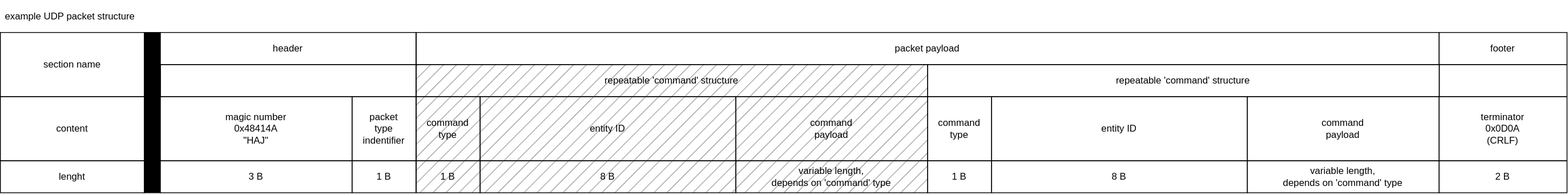
Before: docs/example_packet_strcuture.svg, a diagram exported from draw.io (Haj-Dev/R-Type). Source tidied: cells renumbered, new cells last; positions are measured from the earlier drawing's top-left corner, leaving out a move shared by most shapes. Its diagram source:
```xml
<mxGraphModel>
  <root>
    <mxCell id="0" />
    <mxCell id="1" parent="0" />
    <mxCell id="2" value="&lt;div&gt;magic number&lt;/div&gt;&lt;div&gt;0x48414A&lt;/div&gt;&lt;div&gt;&quot;HAJ&quot;&lt;/div&gt;" style="rounded=0;whiteSpace=wrap;html=1;fillStyle=auto;fillColor=none;gradientColor=none;" parent="1" vertex="1">
      <mxGeometry x="200" y="120" width="240" height="80" as="geometry" />
    </mxCell>
    <mxCell id="3" value="&lt;div&gt;command&lt;/div&gt;type" style="rounded=0;whiteSpace=wrap;html=1;fillColor=#888888;fillStyle=hatch;" parent="1" vertex="1">
      <mxGeometry x="520.3" y="120" width="80" height="80" as="geometry" />
    </mxCell>
    <mxCell id="4" value="&lt;div&gt;command&lt;/div&gt;&lt;div&gt;payload&lt;/div&gt;" style="rounded=0;whiteSpace=wrap;html=1;fillColor=#888888;fillStyle=hatch;" parent="1" vertex="1">
      <mxGeometry x="920.3" y="120" width="240" height="80" as="geometry" />
    </mxCell>
    <mxCell id="5" value="&lt;div&gt;terminator&lt;/div&gt;&lt;div&gt;0x0D0A&lt;/div&gt;&lt;div&gt;(CRLF)&lt;/div&gt;" style="rounded=0;whiteSpace=wrap;html=1;fillStyle=hatch;fillColor=none;" parent="1" vertex="1">
      <mxGeometry x="1800.3" y="120" width="160" height="80" as="geometry" />
    </mxCell>
    <mxCell id="6" value="&lt;div&gt;command&lt;/div&gt;type" style="rounded=0;whiteSpace=wrap;html=1;fillColor=none;" parent="1" vertex="1">
      <mxGeometry x="1160.3" y="120" width="80" height="80" as="geometry" />
    </mxCell>
    <mxCell id="7" value="&lt;div&gt;command&lt;/div&gt;&lt;div&gt;payload&lt;/div&gt;" style="rounded=0;whiteSpace=wrap;html=1;fillColor=none;" parent="1" vertex="1">
      <mxGeometry x="1560.3" y="120" width="240" height="80" as="geometry" />
    </mxCell>
    <mxCell id="8" value="&lt;div&gt;example UDP packet structure&lt;/div&gt;" style="text;strokeColor=none;fillColor=none;align=left;verticalAlign=middle;spacingLeft=4;spacingRight=4;overflow=hidden;whiteSpace=wrap;html=1;" parent="1" vertex="1">
      <mxGeometry width="200" height="40" as="geometry" />
    </mxCell>
    <mxCell id="9" value="&lt;div&gt;packet&lt;/div&gt;&lt;div&gt;type&lt;/div&gt;&lt;div&gt;indentifier&lt;/div&gt;" style="rounded=0;whiteSpace=wrap;html=1;fillStyle=auto;fillColor=none;gradientColor=none;" parent="1" vertex="1">
      <mxGeometry x="440" y="120" width="80" height="80" as="geometry" />
    </mxCell>
    <mxCell id="10" style="rounded=0;whiteSpace=wrap;html=1;fillColor=#000000;" parent="1" vertex="1">
      <mxGeometry x="180" y="40" width="20" height="200" as="geometry" />
    </mxCell>
    <mxCell id="11" value="section name" style="rounded=0;whiteSpace=wrap;html=1;fillColor=none;" parent="1" vertex="1">
      <mxGeometry y="40" width="180" height="80" as="geometry" />
    </mxCell>
    <mxCell id="12" value="content" style="rounded=0;whiteSpace=wrap;html=1;fillColor=none;" parent="1" vertex="1">
      <mxGeometry y="120" width="180" height="80" as="geometry" />
    </mxCell>
    <mxCell id="13" value="lenght" style="rounded=0;whiteSpace=wrap;html=1;fillColor=none;" parent="1" vertex="1">
      <mxGeometry y="200" width="180" height="40" as="geometry" />
    </mxCell>
    <mxCell id="14" value="header" style="rounded=0;whiteSpace=wrap;html=1;fillColor=none;" parent="1" vertex="1">
      <mxGeometry x="200" y="40" width="320" height="40" as="geometry" />
    </mxCell>
    <mxCell id="15" value="&lt;div&gt;repeatable 'command' structure&lt;/div&gt;" style="rounded=0;whiteSpace=wrap;html=1;fillColor=#888888;fillStyle=hatch;" parent="1" vertex="1">
      <mxGeometry x="520" y="80" width="640.3" height="40" as="geometry" />
    </mxCell>
    <mxCell id="16" value="&lt;div&gt;repeatable 'command' structure&lt;/div&gt;" style="rounded=0;whiteSpace=wrap;html=1;fillColor=none;fillStyle=hatch;" parent="1" vertex="1">
      <mxGeometry x="1160.3" y="80" width="640.3" height="40" as="geometry" />
    </mxCell>
    <mxCell id="17" value="footer" style="rounded=0;whiteSpace=wrap;html=1;fillColor=none;fillStyle=hatch;" parent="1" vertex="1">
      <mxGeometry x="1800.3" y="40" width="160" height="40" as="geometry" />
    </mxCell>
    <mxCell id="18" value="3 B" style="rounded=0;whiteSpace=wrap;html=1;fillColor=none;" parent="1" vertex="1">
      <mxGeometry x="200" y="200" width="240" height="40" as="geometry" />
    </mxCell>
    <mxCell id="19" value="&lt;div&gt;1 B&lt;/div&gt;" style="rounded=0;whiteSpace=wrap;html=1;fillColor=none;" parent="1" vertex="1">
      <mxGeometry x="440" y="200" width="80" height="40" as="geometry" />
    </mxCell>
    <mxCell id="20" value="&lt;div&gt;variable length,&lt;/div&gt;&lt;div&gt;depends on 'command' type&lt;/div&gt;" style="rounded=0;whiteSpace=wrap;html=1;fillColor=#888888;fillStyle=hatch;" parent="1" vertex="1">
      <mxGeometry x="920.3" y="200" width="240" height="40" as="geometry" />
    </mxCell>
    <mxCell id="21" value="&lt;div&gt;1 B&lt;/div&gt;" style="rounded=0;whiteSpace=wrap;html=1;fillColor=#888888;fillStyle=hatch;" parent="1" vertex="1">
      <mxGeometry x="520.3" y="200" width="80" height="40" as="geometry" />
    </mxCell>
    <mxCell id="22" value="1 B" style="rounded=0;whiteSpace=wrap;html=1;fillColor=none;" parent="1" vertex="1">
      <mxGeometry x="1160.3" y="200" width="80" height="40" as="geometry" />
    </mxCell>
    <mxCell id="23" value="&lt;div&gt;variable length,&lt;/div&gt;&lt;div&gt;depends on 'command' type&lt;/div&gt;" style="rounded=0;whiteSpace=wrap;html=1;fillColor=none;" parent="1" vertex="1">
      <mxGeometry x="1560.3" y="200" width="240" height="40" as="geometry" />
    </mxCell>
    <mxCell id="24" value="2 B" style="rounded=0;whiteSpace=wrap;html=1;fillColor=none;" parent="1" vertex="1">
      <mxGeometry x="1800.3" y="200" width="160" height="40" as="geometry" />
    </mxCell>
    <mxCell id="25" value="entity ID" style="rounded=0;whiteSpace=wrap;html=1;fillColor=#888888;fillStyle=hatch;" parent="1" vertex="1">
      <mxGeometry x="600.3" y="120" width="320" height="80" as="geometry" />
    </mxCell>
    <mxCell id="26" value="&lt;div&gt;8 B&lt;/div&gt;" style="rounded=0;whiteSpace=wrap;html=1;fillColor=#888888;fillStyle=hatch;" parent="1" vertex="1">
      <mxGeometry x="600.3" y="200" width="320" height="40" as="geometry" />
    </mxCell>
    <mxCell id="27" value="entity ID" style="rounded=0;whiteSpace=wrap;html=1;fillColor=none;" parent="1" vertex="1">
      <mxGeometry x="1240.3" y="120" width="320" height="80" as="geometry" />
    </mxCell>
    <mxCell id="28" value="8 B" style="rounded=0;whiteSpace=wrap;html=1;fillColor=none;" parent="1" vertex="1">
      <mxGeometry x="1240.3" y="200" width="320" height="40" as="geometry" />
    </mxCell>
    <mxCell id="29" value="packet payload" style="rounded=0;whiteSpace=wrap;html=1;fillColor=none;fillStyle=hatch;" parent="1" vertex="1">
      <mxGeometry x="520.3" y="40" width="1280" height="40" as="geometry" />
    </mxCell>
    <mxCell id="30" style="rounded=0;whiteSpace=wrap;html=1;fillColor=none;" parent="1" vertex="1">
      <mxGeometry x="200.3" y="80" width="320" height="40" as="geometry" />
    </mxCell>
    <mxCell id="31" style="rounded=0;whiteSpace=wrap;html=1;fillColor=none;fillStyle=hatch;" parent="1" vertex="1">
      <mxGeometry x="1800.3" y="80" width="160" height="40" as="geometry" />
    </mxCell>
  </root>
</mxGraphModel>
```
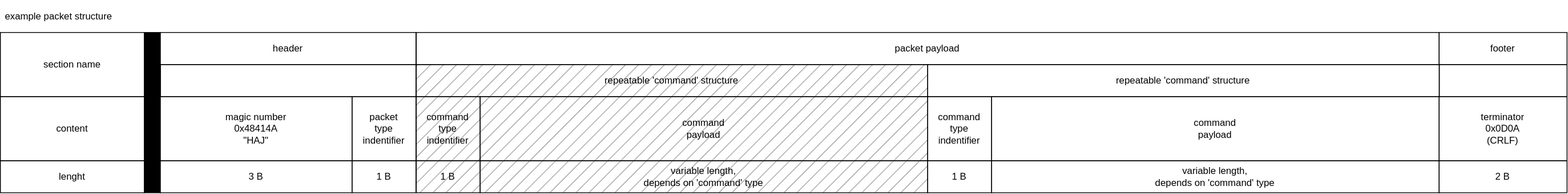
Later version of the same file.

What changed in the source:
```diff
@@ -5,22 +5,22 @@
     <mxCell id="2" value="&lt;div&gt;magic number&lt;/div&gt;&lt;div&gt;0x48414A&lt;/div&gt;&lt;div&gt;&quot;HAJ&quot;&lt;/div&gt;" style="rounded=0;whiteSpace=wrap;html=1;fillStyle=auto;fillColor=none;gradientColor=none;" parent="1" vertex="1">
       <mxGeometry x="200" y="120" width="240" height="80" as="geometry" />
     </mxCell>
-    <mxCell id="3" value="&lt;div&gt;command&lt;/div&gt;type" style="rounded=0;whiteSpace=wrap;html=1;fillColor=#888888;fillStyle=hatch;" parent="1" vertex="1">
+    <mxCell id="3" value="&lt;div&gt;command&lt;/div&gt;&lt;div&gt;type&lt;/div&gt;&lt;div&gt;indentifier&lt;/div&gt;" style="rounded=0;whiteSpace=wrap;html=1;fillColor=#888888;fillStyle=hatch;" parent="1" vertex="1">
       <mxGeometry x="520.3" y="120" width="80" height="80" as="geometry" />
     </mxCell>
     <mxCell id="4" value="&lt;div&gt;command&lt;/div&gt;&lt;div&gt;payload&lt;/div&gt;" style="rounded=0;whiteSpace=wrap;html=1;fillColor=#888888;fillStyle=hatch;" parent="1" vertex="1">
-      <mxGeometry x="920.3" y="120" width="240" height="80" as="geometry" />
+      <mxGeometry x="600.3" y="120" width="560" height="80" as="geometry" />
     </mxCell>
     <mxCell id="5" value="&lt;div&gt;terminator&lt;/div&gt;&lt;div&gt;0x0D0A&lt;/div&gt;&lt;div&gt;(CRLF)&lt;/div&gt;" style="rounded=0;whiteSpace=wrap;html=1;fillStyle=hatch;fillColor=none;" parent="1" vertex="1">
       <mxGeometry x="1800.3" y="120" width="160" height="80" as="geometry" />
     </mxCell>
-    <mxCell id="6" value="&lt;div&gt;command&lt;/div&gt;type" style="rounded=0;whiteSpace=wrap;html=1;fillColor=none;" parent="1" vertex="1">
+    <mxCell id="6" value="&lt;div&gt;command&lt;/div&gt;&lt;div&gt;type&lt;/div&gt;indentifier" style="rounded=0;whiteSpace=wrap;html=1;fillColor=none;" parent="1" vertex="1">
       <mxGeometry x="1160.3" y="120" width="80" height="80" as="geometry" />
     </mxCell>
     <mxCell id="7" value="&lt;div&gt;command&lt;/div&gt;&lt;div&gt;payload&lt;/div&gt;" style="rounded=0;whiteSpace=wrap;html=1;fillColor=none;" parent="1" vertex="1">
-      <mxGeometry x="1560.3" y="120" width="240" height="80" as="geometry" />
+      <mxGeometry x="1240.3" y="120" width="560" height="80" as="geometry" />
     </mxCell>
-    <mxCell id="8" value="&lt;div&gt;example UDP packet structure&lt;/div&gt;" style="text;strokeColor=none;fillColor=none;align=left;verticalAlign=middle;spacingLeft=4;spacingRight=4;overflow=hidden;whiteSpace=wrap;html=1;" parent="1" vertex="1">
+    <mxCell id="8" value="&lt;div&gt;example packet structure&lt;/div&gt;" style="text;strokeColor=none;fillColor=none;align=left;verticalAlign=middle;spacingLeft=4;spacingRight=4;overflow=hidden;whiteSpace=wrap;html=1;" parent="1" vertex="1">
       <mxGeometry width="200" height="40" as="geometry" />
     </mxCell>
     <mxCell id="9" value="&lt;div&gt;packet&lt;/div&gt;&lt;div&gt;type&lt;/div&gt;&lt;div&gt;indentifier&lt;/div&gt;" style="rounded=0;whiteSpace=wrap;html=1;fillStyle=auto;fillColor=none;gradientColor=none;" parent="1" vertex="1">
@@ -57,7 +57,7 @@
       <mxGeometry x="440" y="200" width="80" height="40" as="geometry" />
     </mxCell>
     <mxCell id="20" value="&lt;div&gt;variable length,&lt;/div&gt;&lt;div&gt;depends on 'command' type&lt;/div&gt;" style="rounded=0;whiteSpace=wrap;html=1;fillColor=#888888;fillStyle=hatch;" parent="1" vertex="1">
-      <mxGeometry x="920.3" y="200" width="240" height="40" as="geometry" />
+      <mxGeometry x="600.3" y="200" width="560" height="40" as="geometry" />
     </mxCell>
     <mxCell id="21" value="&lt;div&gt;1 B&lt;/div&gt;" style="rounded=0;whiteSpace=wrap;html=1;fillColor=#888888;fillStyle=hatch;" parent="1" vertex="1">
       <mxGeometry x="520.3" y="200" width="80" height="40" as="geometry" />
@@ -66,23 +66,11 @@
       <mxGeometry x="1160.3" y="200" width="80" height="40" as="geometry" />
     </mxCell>
     <mxCell id="23" value="&lt;div&gt;variable length,&lt;/div&gt;&lt;div&gt;depends on 'command' type&lt;/div&gt;" style="rounded=0;whiteSpace=wrap;html=1;fillColor=none;" parent="1" vertex="1">
-      <mxGeometry x="1560.3" y="200" width="240" height="40" as="geometry" />
+      <mxGeometry x="1240.3" y="200" width="560" height="40" as="geometry" />
     </mxCell>
     <mxCell id="24" value="2 B" style="rounded=0;whiteSpace=wrap;html=1;fillColor=none;" parent="1" vertex="1">
       <mxGeometry x="1800.3" y="200" width="160" height="40" as="geometry" />
     </mxCell>
-    <mxCell id="25" value="entity ID" style="rounded=0;whiteSpace=wrap;html=1;fillColor=#888888;fillStyle=hatch;" parent="1" vertex="1">
-      <mxGeometry x="600.3" y="120" width="320" height="80" as="geometry" />
-    </mxCell>
-    <mxCell id="26" value="&lt;div&gt;8 B&lt;/div&gt;" style="rounded=0;whiteSpace=wrap;html=1;fillColor=#888888;fillStyle=hatch;" parent="1" vertex="1">
-      <mxGeometry x="600.3" y="200" width="320" height="40" as="geometry" />
-    </mxCell>
-    <mxCell id="27" value="entity ID" style="rounded=0;whiteSpace=wrap;html=1;fillColor=none;" parent="1" vertex="1">
-      <mxGeometry x="1240.3" y="120" width="320" height="80" as="geometry" />
-    </mxCell>
-    <mxCell id="28" value="8 B" style="rounded=0;whiteSpace=wrap;html=1;fillColor=none;" parent="1" vertex="1">
-      <mxGeometry x="1240.3" y="200" width="320" height="40" as="geometry" />
-    </mxCell>
     <mxCell id="29" value="packet payload" style="rounded=0;whiteSpace=wrap;html=1;fillColor=none;fillStyle=hatch;" parent="1" vertex="1">
       <mxGeometry x="520.3" y="40" width="1280" height="40" as="geometry" />
     </mxCell>
```
